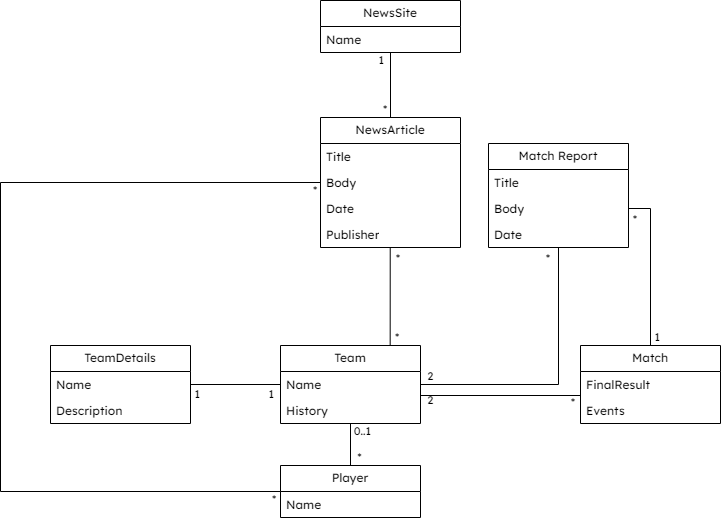
Above: docs/model2.png in afs202005277/Football-News-Search (draw.io), before the change. Source tidied: cells renumbered, new cells last; positions are measured from the earlier drawing's top-left corner, leaving out a move shared by most shapes. Source of this version:
```xml
<mxGraphModel>
  <root>
    <mxCell id="0" />
    <mxCell id="1" parent="0" />
    <mxCell id="2" value="NewsSite" style="swimlane;fontStyle=0;horizontal=1;startSize=26;fillColor=none;whiteSpace=wrap;html=1;fontFamily=Lexend;fontSource=https%3A%2F%2Ffonts.googleapis.com%2Fcss%3Ffamily%3DLexend;" parent="1" vertex="1">
      <mxGeometry x="320" width="140" height="52" as="geometry" />
    </mxCell>
    <mxCell id="3" value="Name" style="text;strokeColor=none;fillColor=none;align=left;verticalAlign=top;spacingLeft=4;spacingRight=4;overflow=hidden;whiteSpace=wrap;html=1;fontFamily=Lexend;fontSource=https%3A%2F%2Ffonts.googleapis.com%2Fcss%3Ffamily%3DLexend;" parent="2" vertex="1">
      <mxGeometry y="26" width="140" height="26" as="geometry" />
    </mxCell>
    <mxCell id="4" style="edgeStyle=orthogonalEdgeStyle;rounded=0;jettySize=auto;html=1;entryX=0.5;entryY=1;entryDx=0;entryDy=0;endArrow=none;endFill=0;" parent="1" edge="1" source="5" target="2">
      <mxGeometry relative="1" as="geometry" />
    </mxCell>
    <mxCell id="5" value="NewsArticle" style="swimlane;fontStyle=0;horizontal=1;startSize=26;fillColor=none;whiteSpace=wrap;html=1;fontFamily=Lexend;fontSource=https%3A%2F%2Ffonts.googleapis.com%2Fcss%3Ffamily%3DLexend;" parent="1" vertex="1">
      <mxGeometry x="320" y="117" width="140" height="130" as="geometry" />
    </mxCell>
    <mxCell id="6" value="Title" style="text;align=left;verticalAlign=top;spacingLeft=4;spacingRight=4;overflow=hidden;whiteSpace=wrap;html=1;fillColor=none;fontFamily=Lexend;fontSource=https%3A%2F%2Ffonts.googleapis.com%2Fcss%3Ffamily%3DLexend;" parent="5" vertex="1">
      <mxGeometry y="26" width="140" height="26" as="geometry" />
    </mxCell>
    <mxCell id="7" value="Body" style="text;strokeColor=none;fillColor=none;align=left;verticalAlign=top;spacingLeft=4;spacingRight=4;overflow=hidden;points=[[0,0.5],[1,0.5]];portConstraint=eastwest;whiteSpace=wrap;html=1;fontFamily=Lexend;fontSource=https%3A%2F%2Ffonts.googleapis.com%2Fcss%3Ffamily%3DLexend;" parent="5" vertex="1">
      <mxGeometry y="52" width="140" height="26" as="geometry" />
    </mxCell>
    <mxCell id="8" value="Date" style="text;strokeColor=none;fillColor=none;align=left;verticalAlign=top;spacingLeft=4;spacingRight=4;overflow=hidden;whiteSpace=wrap;html=1;fontFamily=Lexend;fontSource=https%3A%2F%2Ffonts.googleapis.com%2Fcss%3Ffamily%3DLexend;" parent="5" vertex="1">
      <mxGeometry y="78" width="140" height="26" as="geometry" />
    </mxCell>
    <mxCell id="9" value="Publisher" style="text;strokeColor=none;fillColor=none;align=left;verticalAlign=top;spacingLeft=4;spacingRight=4;overflow=hidden;points=[[0,0.5],[1,0.5]];portConstraint=eastwest;whiteSpace=wrap;html=1;fontFamily=Lexend;fontSource=https%3A%2F%2Ffonts.googleapis.com%2Fcss%3Ffamily%3DLexend;" parent="5" vertex="1">
      <mxGeometry y="104" width="140" height="26" as="geometry" />
    </mxCell>
    <mxCell id="10" style="edgeStyle=orthogonalEdgeStyle;rounded=0;jettySize=auto;html=1;entryX=0.5;entryY=0;entryDx=0;entryDy=0;endArrow=none;endFill=0;" parent="1" edge="1" source="11" target="19">
      <mxGeometry relative="1" as="geometry" />
    </mxCell>
    <mxCell id="11" value="Team" style="swimlane;fontStyle=0;horizontal=1;startSize=26;fillColor=none;whiteSpace=wrap;html=1;fontFamily=Lexend;fontSource=https%3A%2F%2Ffonts.googleapis.com%2Fcss%3Ffamily%3DLexend;" parent="1" vertex="1">
      <mxGeometry x="280" y="345" width="140" height="78" as="geometry" />
    </mxCell>
    <mxCell id="12" value="Name" style="text;strokeColor=none;fillColor=none;align=left;verticalAlign=top;spacingLeft=4;spacingRight=4;overflow=hidden;points=[[0,0.5],[1,0.5]];portConstraint=eastwest;whiteSpace=wrap;html=1;fontFamily=Lexend;fontSource=https%3A%2F%2Ffonts.googleapis.com%2Fcss%3Ffamily%3DLexend;" parent="11" vertex="1">
      <mxGeometry y="26" width="140" height="26" as="geometry" />
    </mxCell>
    <mxCell id="13" value="History" style="text;strokeColor=none;fillColor=none;align=left;verticalAlign=top;spacingLeft=4;spacingRight=4;overflow=hidden;whiteSpace=wrap;html=1;fontFamily=Lexend;fontSource=https%3A%2F%2Ffonts.googleapis.com%2Fcss%3Ffamily%3DLexend;" parent="11" vertex="1">
      <mxGeometry y="52" width="140" height="26" as="geometry" />
    </mxCell>
    <mxCell id="14" style="edgeStyle=orthogonalEdgeStyle;rounded=0;jettySize=auto;html=1;entryX=1;entryY=0.5;entryDx=0;entryDy=0;endArrow=none;endFill=0;" parent="1" edge="1" source="15" target="26">
      <mxGeometry relative="1" as="geometry" />
    </mxCell>
    <mxCell id="15" value="Match" style="swimlane;fontStyle=0;horizontal=1;startSize=26;fillColor=none;whiteSpace=wrap;html=1;fontFamily=Lexend;fontSource=https%3A%2F%2Ffonts.googleapis.com%2Fcss%3Ffamily%3DLexend;" parent="1" vertex="1">
      <mxGeometry x="580" y="345" width="140" height="78" as="geometry" />
    </mxCell>
    <mxCell id="16" value="FinalResult" style="text;strokeColor=none;fillColor=none;align=left;verticalAlign=top;spacingLeft=4;spacingRight=4;overflow=hidden;points=[[0,0.5],[1,0.5]];portConstraint=eastwest;whiteSpace=wrap;html=1;fontFamily=Lexend;fontSource=https%3A%2F%2Ffonts.googleapis.com%2Fcss%3Ffamily%3DLexend;" parent="15" vertex="1">
      <mxGeometry y="26" width="140" height="26" as="geometry" />
    </mxCell>
    <mxCell id="17" value="Events" style="text;strokeColor=none;fillColor=none;align=left;verticalAlign=top;spacingLeft=4;spacingRight=4;overflow=hidden;whiteSpace=wrap;html=1;fontFamily=Lexend;fontSource=https%3A%2F%2Ffonts.googleapis.com%2Fcss%3Ffamily%3DLexend;" parent="15" vertex="1">
      <mxGeometry y="52" width="140" height="26" as="geometry" />
    </mxCell>
    <mxCell id="18" style="edgeStyle=orthogonalEdgeStyle;rounded=0;jettySize=auto;html=1;entryX=0;entryY=0.5;entryDx=0;entryDy=0;endArrow=none;endFill=0;" parent="1" edge="1" source="19" target="7">
      <mxGeometry relative="1" as="geometry">
        <Array as="points">
          <mxPoint y="491" />
          <mxPoint y="182" />
        </Array>
      </mxGeometry>
    </mxCell>
    <mxCell id="19" value="Player" style="swimlane;fontStyle=0;horizontal=1;startSize=26;fillColor=none;whiteSpace=wrap;html=1;fontFamily=Lexend;fontSource=https%3A%2F%2Ffonts.googleapis.com%2Fcss%3Ffamily%3DLexend;" parent="1" vertex="1">
      <mxGeometry x="280" y="465" width="140" height="52" as="geometry" />
    </mxCell>
    <mxCell id="20" value="Name" style="text;strokeColor=none;fillColor=none;align=left;verticalAlign=top;spacingLeft=4;spacingRight=4;overflow=hidden;whiteSpace=wrap;html=1;fontFamily=Lexend;fontSource=https%3A%2F%2Ffonts.googleapis.com%2Fcss%3Ffamily%3DLexend;" parent="19" vertex="1">
      <mxGeometry y="26" width="140" height="26" as="geometry" />
    </mxCell>
    <mxCell id="21" style="endArrow=none;html=1;edgeStyle=orthogonalEdgeStyle;rounded=0;exitX=0.5;exitY=0;exitDx=0;exitDy=0;entryX=0.498;entryY=0.987;entryDx=0;entryDy=0;entryPerimeter=0;" parent="1" edge="1" source="11" target="9">
      <mxGeometry relative="1" as="geometry">
        <Array as="points">
          <mxPoint x="390" y="345" />
        </Array>
      </mxGeometry>
    </mxCell>
    <mxCell id="22" value="&amp;nbsp;*" style="edgeLabel;html=1;align=left;verticalAlign=bottom;fontFamily=Lexend;fontSource=https%3A%2F%2Ffonts.googleapis.com%2Fcss%3Ffamily%3DLexend;" parent="21" vertex="1">
      <mxGeometry x="-1" relative="1" as="geometry">
        <mxPoint x="40" as="offset" />
      </mxGeometry>
    </mxCell>
    <mxCell id="23" value="*" style="edgeLabel;html=1;align=right;verticalAlign=bottom;fontFamily=Lexend;fontSource=https%3A%2F%2Ffonts.googleapis.com%2Fcss%3Ffamily%3DLexend;" parent="21" vertex="1">
      <mxGeometry x="1" relative="1" as="geometry">
        <mxPoint x="10" y="20" as="offset" />
      </mxGeometry>
    </mxCell>
    <mxCell id="24" value="Match Report" style="swimlane;fontStyle=0;horizontal=1;startSize=26;fillColor=none;whiteSpace=wrap;html=1;fontFamily=Lexend;fontSource=https%3A%2F%2Ffonts.googleapis.com%2Fcss%3Ffamily%3DLexend;" parent="1" vertex="1">
      <mxGeometry x="488" y="143" width="140" height="104" as="geometry" />
    </mxCell>
    <mxCell id="25" value="Title" style="text;strokeColor=none;fillColor=none;align=left;verticalAlign=top;spacingLeft=4;spacingRight=4;overflow=hidden;whiteSpace=wrap;html=1;fontFamily=Lexend;fontSource=https%3A%2F%2Ffonts.googleapis.com%2Fcss%3Ffamily%3DLexend;" parent="24" vertex="1">
      <mxGeometry y="26" width="140" height="26" as="geometry" />
    </mxCell>
    <mxCell id="26" value="Body" style="text;strokeColor=none;fillColor=none;align=left;verticalAlign=top;spacingLeft=4;spacingRight=4;overflow=hidden;points=[[0,0.5],[1,0.5]];portConstraint=eastwest;whiteSpace=wrap;html=1;fontFamily=Lexend;fontSource=https%3A%2F%2Ffonts.googleapis.com%2Fcss%3Ffamily%3DLexend;" parent="24" vertex="1">
      <mxGeometry y="52" width="140" height="26" as="geometry" />
    </mxCell>
    <mxCell id="27" value="Date" style="text;strokeColor=none;fillColor=none;align=left;verticalAlign=top;spacingLeft=4;spacingRight=4;overflow=hidden;whiteSpace=wrap;html=1;fontFamily=Lexend;fontSource=https%3A%2F%2Ffonts.googleapis.com%2Fcss%3Ffamily%3DLexend;" parent="24" vertex="1">
      <mxGeometry y="78" width="140" height="26" as="geometry" />
    </mxCell>
    <mxCell id="28" style="edgeStyle=orthogonalEdgeStyle;rounded=0;jettySize=auto;html=1;exitX=1;exitY=0.5;exitDx=0;exitDy=0;endArrow=none;endFill=0;" parent="1" edge="1" source="12" target="24">
      <mxGeometry relative="1" as="geometry" />
    </mxCell>
    <mxCell id="29" value="&amp;nbsp; 2" style="edgeLabel;html=1;align=left;verticalAlign=bottom;fontFamily=Lexend;fontSource=https%3A%2F%2Ffonts.googleapis.com%2Fcss%3Ffamily%3DLexend;" parent="1" vertex="1">
      <mxGeometry x="419" y="408" as="geometry" />
    </mxCell>
    <mxCell id="30" value="*&amp;nbsp;" style="edgeLabel;html=1;align=right;verticalAlign=bottom;fontFamily=Lexend;fontSource=https%3A%2F%2Ffonts.googleapis.com%2Fcss%3Ffamily%3DLexend;" parent="1" vertex="1">
      <mxGeometry x="553" y="266" as="geometry" />
    </mxCell>
    <mxCell id="31" value="*&amp;nbsp;" style="edgeLabel;html=1;align=right;verticalAlign=bottom;fontFamily=Lexend;fontSource=https%3A%2F%2Ffonts.googleapis.com%2Fcss%3Ffamily%3DLexend;" parent="1" vertex="1">
      <mxGeometry x="640" y="227" as="geometry" />
    </mxCell>
    <mxCell id="32" value="1" style="edgeLabel;html=1;align=right;verticalAlign=bottom;fontFamily=Lexend;fontSource=https%3A%2F%2Ffonts.googleapis.com%2Fcss%3Ffamily%3DLexend;" parent="1" vertex="1">
      <mxGeometry x="660" y="345" as="geometry" />
    </mxCell>
    <mxCell id="33" value="&amp;nbsp;0..1" style="edgeLabel;html=1;align=right;verticalAlign=bottom;fontFamily=Lexend;fontSource=https%3A%2F%2Ffonts.googleapis.com%2Fcss%3Ffamily%3DLexend;" parent="1" vertex="1">
      <mxGeometry x="371" y="439" as="geometry" />
    </mxCell>
    <mxCell id="34" value="&amp;nbsp; *" style="edgeLabel;html=1;align=left;verticalAlign=bottom;fontFamily=Lexend;fontSource=https%3A%2F%2Ffonts.googleapis.com%2Fcss%3Ffamily%3DLexend;" parent="1" vertex="1">
      <mxGeometry x="349" y="465" as="geometry" />
    </mxCell>
    <mxCell id="35" style="edgeStyle=orthogonalEdgeStyle;rounded=0;jettySize=auto;html=1;entryX=0;entryY=0.5;entryDx=0;entryDy=0;endArrow=none;endFill=0;" parent="1" edge="1" source="12" target="16">
      <mxGeometry relative="1" as="geometry">
        <Array as="points">
          <mxPoint x="580" y="395" />
        </Array>
      </mxGeometry>
    </mxCell>
    <mxCell id="36" value="*&amp;nbsp;" style="edgeLabel;html=1;align=right;verticalAlign=bottom;fontFamily=Lexend;fontSource=https%3A%2F%2Ffonts.googleapis.com%2Fcss%3Ffamily%3DLexend;" parent="1" vertex="1">
      <mxGeometry x="578" y="410" as="geometry" />
    </mxCell>
    <mxCell id="37" value="&amp;nbsp; 2" style="edgeLabel;html=1;align=left;verticalAlign=bottom;fontFamily=Lexend;fontSource=https%3A%2F%2Ffonts.googleapis.com%2Fcss%3Ffamily%3DLexend;" parent="1" vertex="1">
      <mxGeometry x="419" y="384" as="geometry" />
    </mxCell>
    <mxCell id="38" value="&amp;nbsp;*" style="edgeLabel;html=1;align=left;verticalAlign=bottom;fontFamily=Lexend;fontSource=https%3A%2F%2Ffonts.googleapis.com%2Fcss%3Ffamily%3DLexend;" parent="1" vertex="1">
      <mxGeometry x="378" y="117" as="geometry" />
    </mxCell>
    <mxCell id="39" value="1&amp;nbsp;" style="edgeLabel;html=1;align=right;verticalAlign=bottom;fontFamily=Lexend;fontSource=https%3A%2F%2Ffonts.googleapis.com%2Fcss%3Ffamily%3DLexend;" parent="1" vertex="1">
      <mxGeometry x="387" y="68" as="geometry" />
    </mxCell>
    <mxCell id="40" value="TeamDetails" style="swimlane;fontStyle=0;horizontal=1;startSize=26;fillColor=none;whiteSpace=wrap;html=1;fontFamily=Lexend;fontSource=https%3A%2F%2Ffonts.googleapis.com%2Fcss%3Ffamily%3DLexend;" parent="1" vertex="1">
      <mxGeometry x="50" y="345" width="140" height="78" as="geometry" />
    </mxCell>
    <mxCell id="41" value="Name" style="text;strokeColor=none;fillColor=none;align=left;verticalAlign=top;spacingLeft=4;spacingRight=4;overflow=hidden;points=[[0,0.5],[1,0.5]];portConstraint=eastwest;whiteSpace=wrap;html=1;fontFamily=Lexend;fontSource=https%3A%2F%2Ffonts.googleapis.com%2Fcss%3Ffamily%3DLexend;" parent="40" vertex="1">
      <mxGeometry y="26" width="140" height="26" as="geometry" />
    </mxCell>
    <mxCell id="42" value="Description" style="text;strokeColor=none;fillColor=none;align=left;verticalAlign=top;spacingLeft=4;spacingRight=4;overflow=hidden;whiteSpace=wrap;html=1;fontFamily=Lexend;fontSource=https%3A%2F%2Ffonts.googleapis.com%2Fcss%3Ffamily%3DLexend;" parent="40" vertex="1">
      <mxGeometry y="52" width="140" height="26" as="geometry" />
    </mxCell>
    <mxCell id="43" style="edgeStyle=orthogonalEdgeStyle;rounded=0;jettySize=auto;html=1;endArrow=none;endFill=0;" parent="1" edge="1" source="41" target="11">
      <mxGeometry relative="1" as="geometry" />
    </mxCell>
    <mxCell id="44" value="1" style="edgeLabel;html=1;align=right;verticalAlign=bottom;fontFamily=Lexend;fontSource=https%3A%2F%2Ffonts.googleapis.com%2Fcss%3Ffamily%3DLexend;" parent="1" vertex="1">
      <mxGeometry x="200" y="402" as="geometry" />
    </mxCell>
    <mxCell id="45" value="1" style="edgeLabel;html=1;align=right;verticalAlign=bottom;fontFamily=Lexend;fontSource=https%3A%2F%2Ffonts.googleapis.com%2Fcss%3Ffamily%3DLexend;" parent="1" vertex="1">
      <mxGeometry x="274" y="402" as="geometry" />
    </mxCell>
    <mxCell id="46" value="&amp;nbsp;*" style="edgeLabel;html=1;align=left;verticalAlign=bottom;fontFamily=Lexend;fontSource=https%3A%2F%2Ffonts.googleapis.com%2Fcss%3Ffamily%3DLexend;" parent="1" vertex="1">
      <mxGeometry x="267" y="507" as="geometry" />
    </mxCell>
    <mxCell id="47" value="&amp;nbsp;*" style="edgeLabel;html=1;align=left;verticalAlign=bottom;fontFamily=Lexend;fontSource=https%3A%2F%2Ffonts.googleapis.com%2Fcss%3Ffamily%3DLexend;" parent="1" vertex="1">
      <mxGeometry x="308" y="198" as="geometry" />
    </mxCell>
  </root>
</mxGraphModel>
```
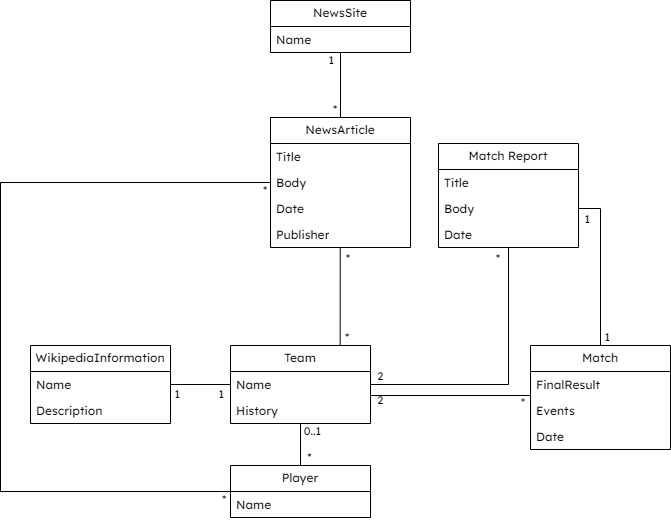
Above is the later version.

Commit message:
Domain Model fix

Change to the diagram source:
```diff
@@ -42,7 +42,7 @@
       <mxGeometry relative="1" as="geometry" />
     </mxCell>
     <mxCell id="15" value="Match" style="swimlane;fontStyle=0;horizontal=1;startSize=26;fillColor=none;whiteSpace=wrap;html=1;fontFamily=Lexend;fontSource=https%3A%2F%2Ffonts.googleapis.com%2Fcss%3Ffamily%3DLexend;" parent="1" vertex="1">
-      <mxGeometry x="580" y="345" width="140" height="78" as="geometry" />
+      <mxGeometry x="580" y="345" width="140" height="104" as="geometry" />
     </mxCell>
     <mxCell id="16" value="FinalResult" style="text;strokeColor=none;fillColor=none;align=left;verticalAlign=top;spacingLeft=4;spacingRight=4;overflow=hidden;points=[[0,0.5],[1,0.5]];portConstraint=eastwest;whiteSpace=wrap;html=1;fontFamily=Lexend;fontSource=https%3A%2F%2Ffonts.googleapis.com%2Fcss%3Ffamily%3DLexend;" parent="15" vertex="1">
       <mxGeometry y="26" width="140" height="26" as="geometry" />
@@ -50,11 +50,14 @@
     <mxCell id="17" value="Events" style="text;strokeColor=none;fillColor=none;align=left;verticalAlign=top;spacingLeft=4;spacingRight=4;overflow=hidden;whiteSpace=wrap;html=1;fontFamily=Lexend;fontSource=https%3A%2F%2Ffonts.googleapis.com%2Fcss%3Ffamily%3DLexend;" parent="15" vertex="1">
       <mxGeometry y="52" width="140" height="26" as="geometry" />
     </mxCell>
+    <mxCell id="48" value="Date" style="text;strokeColor=none;fillColor=none;align=left;verticalAlign=top;spacingLeft=4;spacingRight=4;overflow=hidden;whiteSpace=wrap;html=1;fontFamily=Lexend;fontSource=https%3A%2F%2Ffonts.googleapis.com%2Fcss%3Ffamily%3DLexend;" parent="15" vertex="1">
+      <mxGeometry y="78" width="140" height="26" as="geometry" />
+    </mxCell>
     <mxCell id="18" style="edgeStyle=orthogonalEdgeStyle;rounded=0;jettySize=auto;html=1;entryX=0;entryY=0.5;entryDx=0;entryDy=0;endArrow=none;endFill=0;" parent="1" edge="1" source="19" target="7">
       <mxGeometry relative="1" as="geometry">
         <Array as="points">
-          <mxPoint y="491" />
-          <mxPoint y="182" />
+          <mxPoint x="50" y="491" />
+          <mxPoint x="50" y="182" />
         </Array>
       </mxGeometry>
     </mxCell>
@@ -102,7 +105,7 @@
     <mxCell id="30" value="*&amp;nbsp;" style="edgeLabel;html=1;align=right;verticalAlign=bottom;fontFamily=Lexend;fontSource=https%3A%2F%2Ffonts.googleapis.com%2Fcss%3Ffamily%3DLexend;" parent="1" vertex="1">
       <mxGeometry x="553" y="266" as="geometry" />
     </mxCell>
-    <mxCell id="31" value="*&amp;nbsp;" style="edgeLabel;html=1;align=right;verticalAlign=bottom;fontFamily=Lexend;fontSource=https%3A%2F%2Ffonts.googleapis.com%2Fcss%3Ffamily%3DLexend;" parent="1" vertex="1">
+    <mxCell id="31" value="1" style="edgeLabel;html=1;align=right;verticalAlign=bottom;fontFamily=Lexend;fontSource=https%3A%2F%2Ffonts.googleapis.com%2Fcss%3Ffamily%3DLexend;" parent="1" vertex="1">
       <mxGeometry x="640" y="227" as="geometry" />
     </mxCell>
     <mxCell id="32" value="1" style="edgeLabel;html=1;align=right;verticalAlign=bottom;fontFamily=Lexend;fontSource=https%3A%2F%2Ffonts.googleapis.com%2Fcss%3Ffamily%3DLexend;" parent="1" vertex="1">
@@ -133,8 +136,8 @@
     <mxCell id="39" value="1&amp;nbsp;" style="edgeLabel;html=1;align=right;verticalAlign=bottom;fontFamily=Lexend;fontSource=https%3A%2F%2Ffonts.googleapis.com%2Fcss%3Ffamily%3DLexend;" parent="1" vertex="1">
       <mxGeometry x="387" y="68" as="geometry" />
     </mxCell>
-    <mxCell id="40" value="TeamDetails" style="swimlane;fontStyle=0;horizontal=1;startSize=26;fillColor=none;whiteSpace=wrap;html=1;fontFamily=Lexend;fontSource=https%3A%2F%2Ffonts.googleapis.com%2Fcss%3Ffamily%3DLexend;" parent="1" vertex="1">
-      <mxGeometry x="50" y="345" width="140" height="78" as="geometry" />
+    <mxCell id="40" value="WikipediaInformation" style="swimlane;fontStyle=0;horizontal=1;startSize=26;fillColor=none;whiteSpace=wrap;html=1;fontFamily=Lexend;fontSource=https%3A%2F%2Ffonts.googleapis.com%2Fcss%3Ffamily%3DLexend;" parent="1" vertex="1">
+      <mxGeometry x="80" y="345" width="140" height="78" as="geometry" />
     </mxCell>
     <mxCell id="41" value="Name" style="text;strokeColor=none;fillColor=none;align=left;verticalAlign=top;spacingLeft=4;spacingRight=4;overflow=hidden;points=[[0,0.5],[1,0.5]];portConstraint=eastwest;whiteSpace=wrap;html=1;fontFamily=Lexend;fontSource=https%3A%2F%2Ffonts.googleapis.com%2Fcss%3Ffamily%3DLexend;" parent="40" vertex="1">
       <mxGeometry y="26" width="140" height="26" as="geometry" />
@@ -146,7 +149,7 @@
       <mxGeometry relative="1" as="geometry" />
     </mxCell>
     <mxCell id="44" value="1" style="edgeLabel;html=1;align=right;verticalAlign=bottom;fontFamily=Lexend;fontSource=https%3A%2F%2Ffonts.googleapis.com%2Fcss%3Ffamily%3DLexend;" parent="1" vertex="1">
-      <mxGeometry x="200" y="402" as="geometry" />
+      <mxGeometry x="230" y="402" as="geometry" />
     </mxCell>
     <mxCell id="45" value="1" style="edgeLabel;html=1;align=right;verticalAlign=bottom;fontFamily=Lexend;fontSource=https%3A%2F%2Ffonts.googleapis.com%2Fcss%3Ffamily%3DLexend;" parent="1" vertex="1">
       <mxGeometry x="274" y="402" as="geometry" />
```
